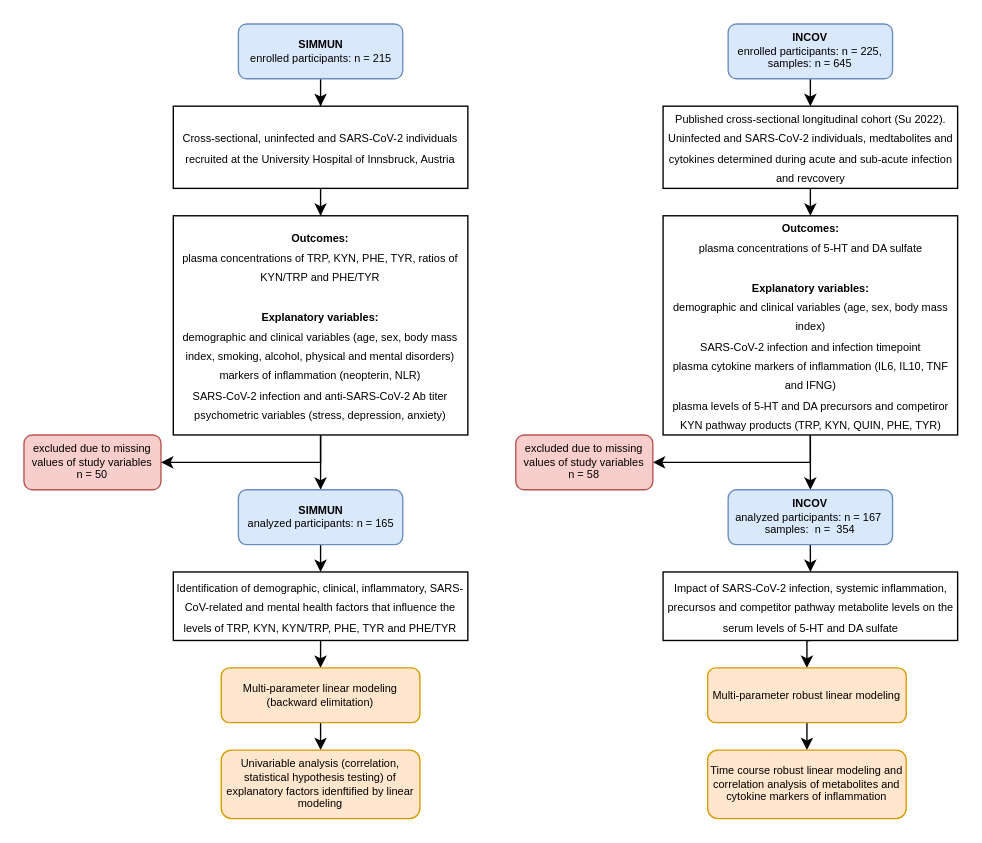
The draw.io diagram schemes/inclusion.drawio in PiotrTymoszuk/simmun, before the edit. Source tidied: cells renumbered, new cells numbered last; positions are measured from the earlier drawing's top-left corner, leaving out a move shared by most shapes. Both pictures are drawn from the tidied source at 137%, with x=0, y=0 at pixel (23, 23).
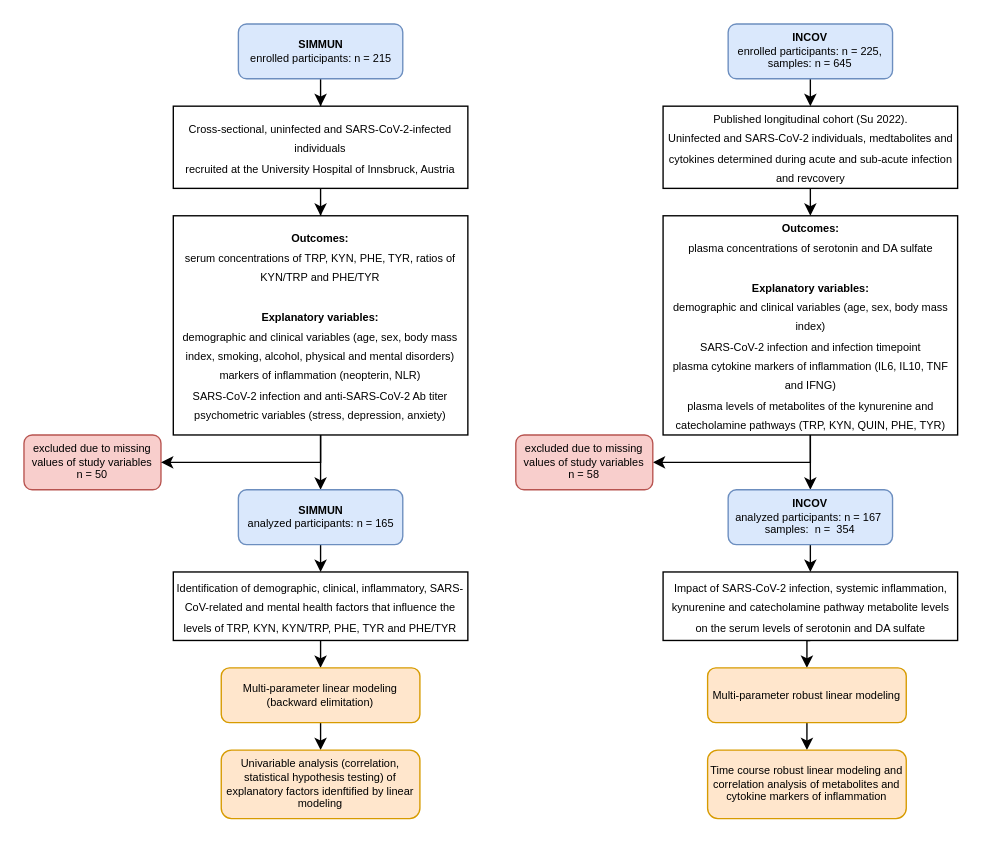
The same page after the edit.

Change to the diagram source:
```diff
@@
-    <mxCell id="7" value="&lt;font style=&quot;font-size: 8px;&quot;&gt;&lt;b style=&quot;border-color: var(--border-color);&quot;&gt;Outcomes:&lt;/b&gt;&lt;br style=&quot;border-color: var(--border-color);&quot;&gt;plasma concentrations of TRP, KYN, PHE, TYR, ratios of KYN/TRP and PHE/TYR&lt;br style=&quot;border-color: var(--border-color);&quot;&gt;&lt;br style=&quot;border-color: var(--border-color);&quot;&gt;&lt;b style=&quot;border-color: var(--border-color);&quot;&gt;Explanatory variables:&lt;br style=&quot;border-color: var(--border-color);&quot;&gt;&lt;/b&gt;demographic and clinical variables (age, sex, body mass index, smoking, alcohol, physical and mental disorders)&lt;br style=&quot;border-color: var(--border-color);&quot;&gt;markers of inflammation (neopterin, NLR)&lt;br style=&quot;border-color: var(--border-color);&quot;&gt;SARS-CoV-2 infection and anti-SARS-CoV-2 Ab titer&lt;br style=&quot;border-color: var(--border-color);&quot;&gt;psychometric variables (stress, depression, anxiety)&lt;/font&gt;" style="rounded=0;whiteSpace=wrap;html=1;" parent="1" vertex="1">
+    <mxCell id="7" value="&lt;font style=&quot;font-size: 8px;&quot;&gt;&lt;b style=&quot;border-color: var(--border-color);&quot;&gt;Outcomes:&lt;/b&gt;&lt;br style=&quot;border-color: var(--border-color);&quot;&gt;serum concentrations of TRP, KYN, PHE, TYR, ratios of KYN/TRP and PHE/TYR&lt;br style=&quot;border-color: var(--border-color);&quot;&gt;&lt;br style=&quot;border-color: var(--border-color);&quot;&gt;&lt;b style=&quot;border-color: var(--border-color);&quot;&gt;Explanatory variables:&lt;br style=&quot;border-color: var(--border-color);&quot;&gt;&lt;/b&gt;demographic and clinical variables (age, sex, body mass index, smoking, alcohol, physical and mental disorders)&lt;br style=&quot;border-color: var(--border-color);&quot;&gt;markers of inflammation (neopterin, NLR)&lt;br style=&quot;border-color: var(--border-color);&quot;&gt;SARS-CoV-2 infection and anti-SARS-CoV-2 Ab titer&lt;br style=&quot;border-color: var(--border-color);&quot;&gt;psychometric variables (stress, depression, anxiety)&lt;/font&gt;" style="rounded=0;whiteSpace=wrap;html=1;" parent="1" vertex="1">
       <mxGeometry x="109" y="140" width="215" height="160" as="geometry" />
     </mxCell>
@@
-    <mxCell id="18" value="&lt;font style=&quot;font-size: 8px;&quot;&gt;Impact of SARS-CoV-2 infection, systemic inflammation, precursos and competitor pathway metabolite levels on the serum levels of 5-HT and DA sulfate&lt;/font&gt;" style="rounded=0;whiteSpace=wrap;html=1;" parent="1" vertex="1">
+    <mxCell id="18" value="&lt;font style=&quot;font-size: 8px;&quot;&gt;Impact of SARS-CoV-2 infection, systemic inflammation, kynurenine and catecholamine pathway metabolite levels on the serum levels of serotonin and DA sulfate&lt;/font&gt;" style="rounded=0;whiteSpace=wrap;html=1;" parent="1" vertex="1">
       <mxGeometry x="466.5" y="400" width="215" height="50" as="geometry" />
     </mxCell>
@@
-    <mxCell id="21" value="&lt;font style=&quot;font-size: 8px;&quot;&gt;&lt;b style=&quot;border-color: var(--border-color);&quot;&gt;Outcomes:&lt;/b&gt;&lt;br style=&quot;border-color: var(--border-color);&quot;&gt;plasma concentrations of 5-HT and DA sulfate&lt;br style=&quot;border-color: var(--border-color);&quot;&gt;&lt;br style=&quot;border-color: var(--border-color);&quot;&gt;&lt;span style=&quot;border-color: var(--border-color);&quot;&gt;&lt;b&gt;Explanatory variables:&lt;/b&gt;&lt;br&gt;demographic and clinical variables (age, sex, body mass index)&lt;br style=&quot;border-color: var(--border-color);&quot;&gt;&lt;/span&gt;SARS-CoV-2 infection and infection timepoint&lt;br&gt;plasma cytokine markers of inflammation (IL6, IL10, TNF and IFNG)&lt;br&gt;plasma levels of 5-HT and DA precursors and competiror KYN pathway products (TRP, KYN, QUIN, PHE, TYR)&lt;br&gt;&lt;/font&gt;" style="rounded=0;whiteSpace=wrap;html=1;" parent="1" vertex="1">
+    <mxCell id="21" value="&lt;font style=&quot;font-size: 8px;&quot;&gt;&lt;b style=&quot;border-color: var(--border-color);&quot;&gt;Outcomes:&lt;/b&gt;&lt;br style=&quot;border-color: var(--border-color);&quot;&gt;plasma concentrations of serotonin and DA sulfate&lt;br style=&quot;border-color: var(--border-color);&quot;&gt;&lt;br style=&quot;border-color: var(--border-color);&quot;&gt;&lt;span style=&quot;border-color: var(--border-color);&quot;&gt;&lt;b&gt;Explanatory variables:&lt;/b&gt;&lt;br&gt;demographic and clinical variables (age, sex, body mass index)&lt;br style=&quot;border-color: var(--border-color);&quot;&gt;&lt;/span&gt;SARS-CoV-2 infection and infection timepoint&lt;br&gt;plasma cytokine markers of inflammation (IL6, IL10, TNF and IFNG)&lt;br&gt;plasma levels of metabolites of the kynurenine and catecholamine pathways (TRP, KYN, QUIN, PHE, TYR)&lt;br&gt;&lt;/font&gt;" style="rounded=0;whiteSpace=wrap;html=1;" parent="1" vertex="1">
       <mxGeometry x="466.5" y="140" width="215" height="160" as="geometry" />
     </mxCell>
@@
-    <mxCell id="29" value="&lt;font style=&quot;font-size: 8px;&quot;&gt;Cross-sectional, uninfected and SARS-CoV-2 individuals&lt;br&gt;recruited at the University Hospital of Innsbruck, Austria&lt;br&gt;&lt;/font&gt;" style="rounded=0;whiteSpace=wrap;html=1;" parent="1" vertex="1">
+    <mxCell id="29" value="&lt;font style=&quot;font-size: 8px;&quot;&gt;Cross-sectional, uninfected and SARS-CoV-2-infected individuals&lt;br&gt;recruited at the University Hospital of Innsbruck, Austria&lt;br&gt;&lt;/font&gt;" style="rounded=0;whiteSpace=wrap;html=1;" parent="1" vertex="1">
       <mxGeometry x="109" y="60" width="215" height="60" as="geometry" />
     </mxCell>
@@
-    <mxCell id="31" value="&lt;font style=&quot;font-size: 8px;&quot;&gt;Published cross-sectional longitudinal cohort (Su 2022).&lt;br&gt;Uninfected and SARS-CoV-2 individuals, medtabolites and cytokines determined during acute and sub-acute infection and revcovery&lt;br&gt;&lt;/font&gt;" style="rounded=0;whiteSpace=wrap;html=1;" parent="1" vertex="1">
+    <mxCell id="31" value="&lt;font style=&quot;font-size: 8px;&quot;&gt;Published longitudinal cohort (Su 2022).&lt;br&gt;Uninfected and SARS-CoV-2 individuals, medtabolites and cytokines determined during acute and sub-acute infection and revcovery&lt;br&gt;&lt;/font&gt;" style="rounded=0;whiteSpace=wrap;html=1;" parent="1" vertex="1">
       <mxGeometry x="466.5" y="60" width="215" height="60" as="geometry" />
     </mxCell>
```
